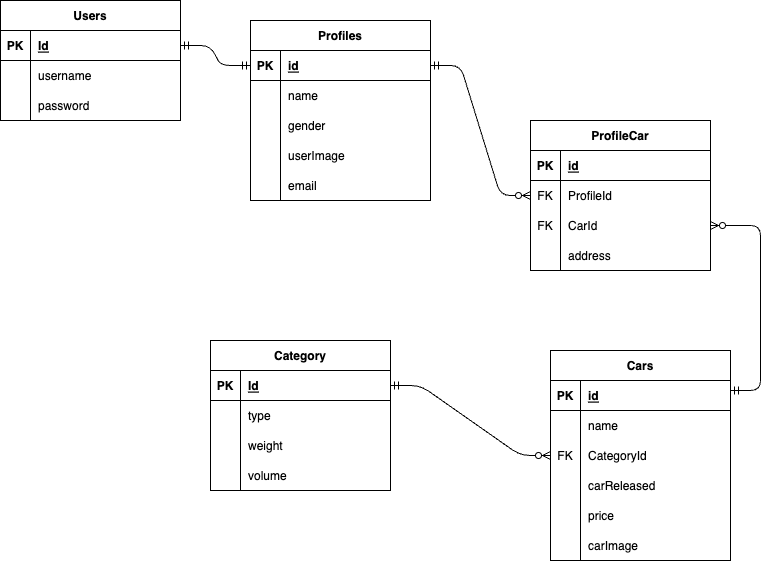
Before: schema.drawio.png, a diagram exported from draw.io (galihadityam1/pairProject). Source tidied: cells renumbered, new cells last; positions are measured from the earlier drawing's top-left corner, leaving out a move shared by most shapes.
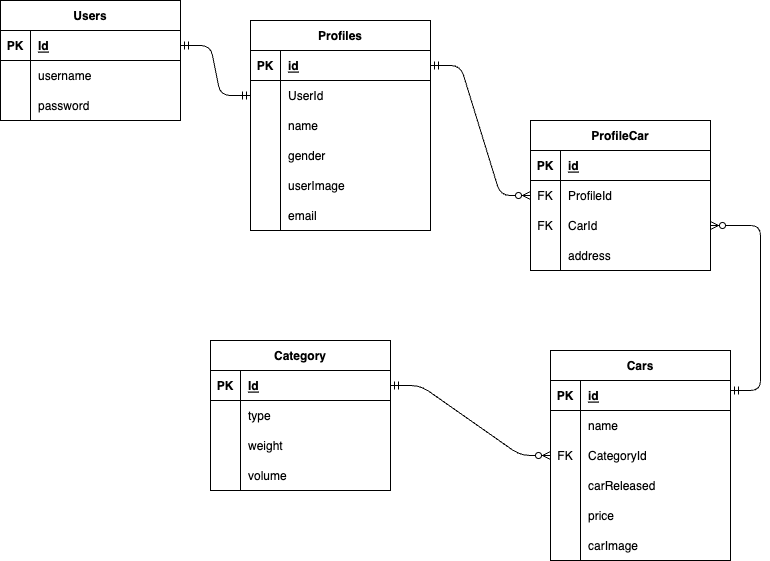
Later version of the same file.

What changed in the source:
```diff
@@ -3,7 +3,7 @@
     <mxCell id="0" />
     <mxCell id="1" parent="0" />
     <mxCell id="2" value="Profiles" style="shape=table;startSize=30;rowLines=0;fontStyle=1;align=center;" parent="1" vertex="1">
-      <mxGeometry x="250" y="20" width="180" height="180" as="geometry" />
+      <mxGeometry x="250" y="20" width="180" height="210" as="geometry" />
     </mxCell>
     <mxCell id="3" style="shape=tableRow;horizontal=0;startSize=0;swimlaneHead=0;swimlaneBody=0;fillColor=none;points=[[0,0.5],[1,0.5]];portConstraint=eastwest;top=0;left=0;right=0;bottom=1;" parent="2" vertex="1">
       <mxGeometry y="30" width="180" height="30" as="geometry" />
@@ -14,8 +14,17 @@
     <mxCell id="5" value="id" style="shape=partialRectangle;fillColor=none;top=0;left=0;bottom=0;right=0;align=left;spacingLeft=6;fontStyle=5;overflow=hidden;" parent="3" vertex="1">
       <mxGeometry x="30" width="150" height="30" as="geometry" />
     </mxCell>
+    <mxCell id="77" style="shape=tableRow;horizontal=0;startSize=0;swimlaneHead=0;swimlaneBody=0;fillColor=none;points=[[0,0.5],[1,0.5]];portConstraint=eastwest;top=0;left=0;right=0;bottom=0;" parent="2" vertex="1">
+      <mxGeometry y="60" width="180" height="30" as="geometry" />
+    </mxCell>
+    <mxCell id="78" style="shape=partialRectangle;fillColor=none;top=0;left=0;bottom=0;right=0;overflow=hidden;" parent="77" vertex="1">
+      <mxGeometry width="30" height="30" as="geometry" />
+    </mxCell>
+    <mxCell id="79" value="UserId" style="shape=partialRectangle;fillColor=none;top=0;left=0;bottom=0;right=0;align=left;spacingLeft=6;overflow=hidden;" parent="77" vertex="1">
+      <mxGeometry x="30" width="150" height="30" as="geometry" />
+    </mxCell>
     <mxCell id="6" style="shape=tableRow;horizontal=0;startSize=0;swimlaneHead=0;swimlaneBody=0;fillColor=none;top=0;left=0;right=0;bottom=0;" parent="2" vertex="1">
-      <mxGeometry y="60" width="180" height="30" as="geometry" />
+      <mxGeometry y="90" width="180" height="30" as="geometry" />
     </mxCell>
     <mxCell id="7" style="shape=partialRectangle;fillColor=none;top=0;left=0;bottom=0;right=0;overflow=hidden;" parent="6" vertex="1">
       <mxGeometry width="30" height="30" as="geometry" />
@@ -24,7 +33,7 @@
       <mxGeometry x="30" width="150" height="30" as="geometry" />
     </mxCell>
     <mxCell id="9" style="shape=tableRow;horizontal=0;startSize=0;swimlaneHead=0;swimlaneBody=0;fillColor=none;top=0;left=0;right=0;bottom=0;" parent="2" vertex="1">
-      <mxGeometry y="90" width="180" height="30" as="geometry" />
+      <mxGeometry y="120" width="180" height="30" as="geometry" />
     </mxCell>
     <mxCell id="10" style="shape=partialRectangle;fillColor=none;top=0;left=0;bottom=0;right=0;overflow=hidden;" parent="9" vertex="1">
       <mxGeometry width="30" height="30" as="geometry" />
@@ -33,7 +42,7 @@
       <mxGeometry x="30" width="150" height="30" as="geometry" />
     </mxCell>
     <mxCell id="12" style="shape=tableRow;horizontal=0;startSize=0;swimlaneHead=0;swimlaneBody=0;fillColor=none;top=0;left=0;right=0;bottom=0;" parent="2" vertex="1">
-      <mxGeometry y="120" width="180" height="30" as="geometry" />
+      <mxGeometry y="150" width="180" height="30" as="geometry" />
     </mxCell>
     <mxCell id="13" style="shape=partialRectangle;fillColor=none;top=0;left=0;bottom=0;right=0;overflow=hidden;" parent="12" vertex="1">
       <mxGeometry width="30" height="30" as="geometry" />
@@ -42,7 +51,7 @@
       <mxGeometry x="30" width="150" height="30" as="geometry" />
     </mxCell>
     <mxCell id="15" style="shape=tableRow;horizontal=0;startSize=0;swimlaneHead=0;swimlaneBody=0;fillColor=none;top=0;left=0;right=0;bottom=0;" parent="2" vertex="1">
-      <mxGeometry y="150" width="180" height="30" as="geometry" />
+      <mxGeometry y="180" width="180" height="30" as="geometry" />
     </mxCell>
     <mxCell id="16" style="shape=partialRectangle;fillColor=none;top=0;left=0;bottom=0;right=0;overflow=hidden;" parent="15" vertex="1">
       <mxGeometry width="30" height="30" as="geometry" />
@@ -184,7 +193,7 @@
     <mxCell id="61" value="password" style="shape=partialRectangle;fillColor=none;top=0;left=0;bottom=0;right=0;align=left;spacingLeft=6;overflow=hidden;" parent="59" vertex="1">
       <mxGeometry x="30" width="150" height="30" as="geometry" />
     </mxCell>
-    <mxCell id="62" style="edgeStyle=entityRelationEdgeStyle;fontSize=12;html=1;endArrow=ERmandOne;startArrow=ERmandOne;entryX=0;entryY=0.5;entryDx=0;entryDy=0;exitX=1;exitY=0.5;exitDx=0;exitDy=0;" parent="1" edge="1" source="53" target="3">
+    <mxCell id="62" style="edgeStyle=entityRelationEdgeStyle;fontSize=12;html=1;endArrow=ERmandOne;startArrow=ERmandOne;entryX=0;entryY=0.5;entryDx=0;entryDy=0;exitX=1;exitY=0.5;exitDx=0;exitDy=0;" parent="1" edge="1" source="53" target="77">
       <mxGeometry relative="1" as="geometry" />
     </mxCell>
     <mxCell id="63" value="Category" style="shape=table;startSize=30;rowLines=0;fontStyle=1;align=center;" parent="1" vertex="1">
```
